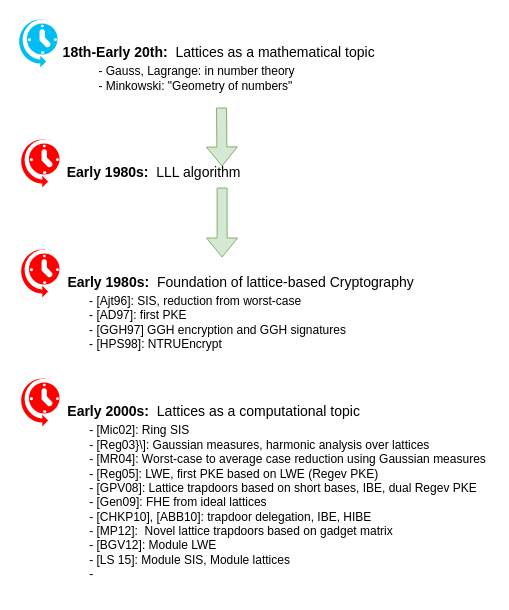
The draw.io diagram History-of-lattice.drawio in huyle84/diagrams, before the edit. Source tidied: cells renumbered, new cells numbered last; positions are measured from the earlier drawing's top-left corner, leaving out a move shared by most shapes. Both pictures are drawn from the tidied source at 100%, with x=0, y=0 at pixel (17, 17).
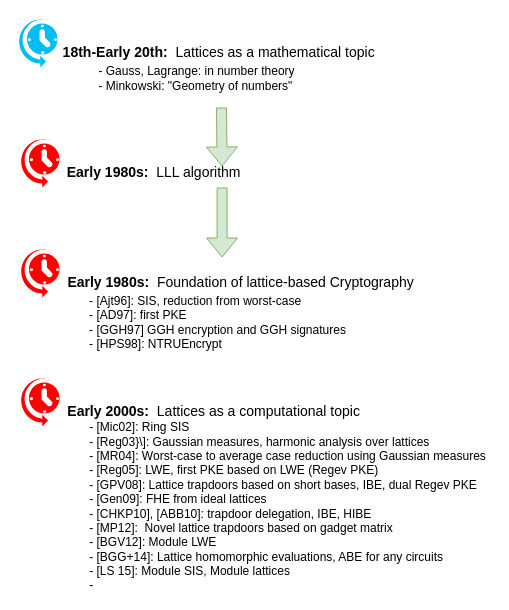
The same page after the edit.

What changed in the source:
```diff
@@
 <mxGraphModel>
   <root>
     <mxCell id="0" />
     <mxCell id="1" parent="0" />
     <mxCell id="2" style="verticalLabelPosition=bottom;html=1;verticalAlign=top;align=center;strokeColor=none;fillColor=#00BEF2;shape=mxgraph.azure.scheduler;" parent="1" vertex="1">
       <mxGeometry width="40" height="50" as="geometry" />
     </mxCell>
     <mxCell id="3" value="&lt;font style=&quot;font-size: 14px&quot;&gt;&lt;b&gt;18th-Early 20th:&lt;/b&gt; &amp;nbsp;Lattices as a mathematical topic &amp;nbsp;&lt;/font&gt;" style="text;html=1;align=center;verticalAlign=middle;strokeColor=none;fillColor=none;" parent="1" vertex="1">
       <mxGeometry x="35" y="25" width="340" height="20" as="geometry" />
     </mxCell>
     <mxCell id="4" style="shape=flexArrow;endArrow=classic;html=1;rounded=0;fontSize=14;fillColor=#d5e8d4;strokeColor=#82b366;" parent="1" edge="1">
       <mxGeometry relative="1" as="geometry">
         <mxPoint x="204" y="90" as="sourcePoint" />
         <mxPoint x="204.6" y="149" as="targetPoint" />
       </mxGeometry>
     </mxCell>
     <mxCell id="5" style="verticalLabelPosition=bottom;html=1;verticalAlign=top;align=center;strokeColor=none;fillColor=#FF0000;shape=mxgraph.azure.scheduler;" parent="1" vertex="1">
       <mxGeometry x="2" y="120" width="40" height="50" as="geometry" />
     </mxCell>
     <mxCell id="6" value="&lt;font style=&quot;font-size: 14px&quot;&gt;&lt;b&gt;Early 1980s:&lt;/b&gt; &amp;nbsp;LLL algorithm &amp;nbsp;&lt;/font&gt;" style="text;html=1;align=center;verticalAlign=middle;strokeColor=none;fillColor=none;" parent="1" vertex="1">
       <mxGeometry x="40" y="145" width="200" height="20" as="geometry" />
     </mxCell>
     <mxCell id="7" style="shape=flexArrow;endArrow=classic;html=1;rounded=0;fontSize=14;fillColor=#d5e8d4;strokeColor=#82b366;" parent="1" edge="1">
       <mxGeometry relative="1" as="geometry">
         <mxPoint x="204.6" y="170" as="sourcePoint" />
         <mxPoint x="204.6" y="240" as="targetPoint" />
       </mxGeometry>
     </mxCell>
     <mxCell id="8" style="verticalLabelPosition=bottom;html=1;verticalAlign=top;align=center;strokeColor=none;fillColor=#FF0000;shape=mxgraph.azure.scheduler;" parent="1" vertex="1">
       <mxGeometry x="2" y="230" width="40" height="50" as="geometry" />
     </mxCell>
     <mxCell id="9" value="&lt;font style=&quot;font-size: 14px&quot;&gt;&lt;b&gt;Early 1980s:&lt;/b&gt; &amp;nbsp;Foundation of lattice-based Cryptography&amp;nbsp;&lt;/font&gt;" style="text;html=1;align=center;verticalAlign=middle;strokeColor=none;fillColor=none;" parent="1" vertex="1">
       <mxGeometry x="40" y="255" width="370" height="20" as="geometry" />
     </mxCell>
     <mxCell id="10" value="&lt;font style=&quot;font-size: 12px&quot;&gt;- Gauss, Lagrange: in number theory&lt;br&gt;&lt;div style=&quot;text-align: left&quot;&gt;- Minkowski: &quot;Geometry of numbers&quot;&lt;/div&gt;&lt;/font&gt;" style="text;html=1;align=center;verticalAlign=middle;strokeColor=none;fillColor=none;fontSize=14;" parent="1" vertex="1">
       <mxGeometry x="74" y="40" width="210" height="40" as="geometry" />
     </mxCell>
     <mxCell id="11" value="&lt;div style=&quot;text-align: left&quot;&gt;- [Ajt96]: SIS, reduction from worst-case&lt;/div&gt;&lt;div style=&quot;text-align: left&quot;&gt;- [AD97]: first PKE&lt;/div&gt;&lt;div style=&quot;text-align: left&quot;&gt;- [GGH97] GGH encryption and GGH signatures&lt;/div&gt;&lt;div style=&quot;text-align: left&quot;&gt;- [HPS98]: NTRUEncrypt&lt;/div&gt;" style="text;html=1;align=center;verticalAlign=middle;strokeColor=none;fillColor=none;fontSize=12;" parent="1" vertex="1">
       <mxGeometry x="65" y="275" width="270" height="60" as="geometry" />
     </mxCell>
     <mxCell id="12" style="verticalLabelPosition=bottom;html=1;verticalAlign=top;align=center;strokeColor=none;fillColor=#FF0000;shape=mxgraph.azure.scheduler;" parent="1" vertex="1">
       <mxGeometry x="2" y="359" width="40" height="50" as="geometry" />
     </mxCell>
     <mxCell id="13" value="&lt;font style=&quot;font-size: 14px&quot;&gt;&lt;b&gt;Early 2000s:&lt;/b&gt; &amp;nbsp;Lattices as a computational topic &amp;nbsp;&lt;/font&gt;" style="text;html=1;align=center;verticalAlign=middle;strokeColor=none;fillColor=none;" parent="1" vertex="1">
       <mxGeometry x="40" y="384" width="320" height="20" as="geometry" />
     </mxCell>
-    <mxCell id="14" value="&lt;div style=&quot;text-align: left&quot;&gt;- [Mic02]: Ring SIS&lt;/div&gt;&lt;div style=&quot;text-align: left&quot;&gt;- [Reg03}\]: Gaussian measures, harmonic analysis over lattices&lt;/div&gt;&lt;div style=&quot;text-align: left&quot;&gt;- [MR04]: Worst-case to average case reduction using Gaussian measures&lt;/div&gt;&lt;div style=&quot;text-align: left&quot;&gt;- [Reg05]: LWE, first PKE based on LWE (Regev PKE)&lt;/div&gt;&lt;div style=&quot;text-align: left&quot;&gt;- [GPV08]: Lattice trapdoors based on short bases, IBE, dual Regev PKE&lt;/div&gt;&lt;div style=&quot;text-align: left&quot;&gt;- [Gen09]: FHE from ideal lattices&lt;/div&gt;&lt;div style=&quot;text-align: left&quot;&gt;- [CHKP10], [ABB10]: trapdoor delegation, IBE, HIBE&lt;/div&gt;&lt;div style=&quot;text-align: left&quot;&gt;- [MP12]: &amp;nbsp;Novel lattice trapdoors based on gadget matrix&lt;/div&gt;&lt;div style=&quot;text-align: left&quot;&gt;- [BGV12]: Module LWE&lt;/div&gt;&lt;div style=&quot;text-align: left&quot;&gt;- [LS 15]: Module SIS, Module lattices&lt;/div&gt;&lt;div style=&quot;text-align: left&quot;&gt;-&lt;/div&gt;" style="text;html=1;align=center;verticalAlign=middle;strokeColor=none;fillColor=none;fontSize=12;" parent="1" vertex="1">
-      <mxGeometry x="65" y="405" width="410" height="160" as="geometry" />
+    <mxCell id="14" value="&lt;div style=&quot;text-align: left&quot;&gt;- [Mic02]: Ring SIS&lt;/div&gt;&lt;div style=&quot;text-align: left&quot;&gt;- [Reg03}\]: Gaussian measures, harmonic analysis over lattices&lt;/div&gt;&lt;div style=&quot;text-align: left&quot;&gt;- [MR04]: Worst-case to average case reduction using Gaussian measures&lt;/div&gt;&lt;div style=&quot;text-align: left&quot;&gt;- [Reg05]: LWE, first PKE based on LWE (Regev PKE)&lt;/div&gt;&lt;div style=&quot;text-align: left&quot;&gt;- [GPV08]: Lattice trapdoors based on short bases, IBE, dual Regev PKE&lt;/div&gt;&lt;div style=&quot;text-align: left&quot;&gt;- [Gen09]: FHE from ideal lattices&lt;/div&gt;&lt;div style=&quot;text-align: left&quot;&gt;- [CHKP10], [ABB10]: trapdoor delegation, IBE, HIBE&lt;/div&gt;&lt;div style=&quot;text-align: left&quot;&gt;- [MP12]: &amp;nbsp;Novel lattice trapdoors based on gadget matrix&lt;/div&gt;&lt;div style=&quot;text-align: left&quot;&gt;- [BGV12]: Module LWE&lt;/div&gt;&lt;div style=&quot;text-align: left&quot;&gt;- [BGG+14]: Lattice homomorphic evaluations, ABE for any circuits&amp;nbsp;&lt;/div&gt;&lt;div style=&quot;text-align: left&quot;&gt;- [LS 15]: Module SIS, Module lattices&lt;/div&gt;&lt;div style=&quot;text-align: left&quot;&gt;-&lt;/div&gt;" style="text;html=1;align=center;verticalAlign=middle;strokeColor=none;fillColor=none;fontSize=12;" parent="1" vertex="1">
+      <mxGeometry x="65" y="404" width="410" height="170" as="geometry" />
     </mxCell>
   </root>
 </mxGraphModel>
```
